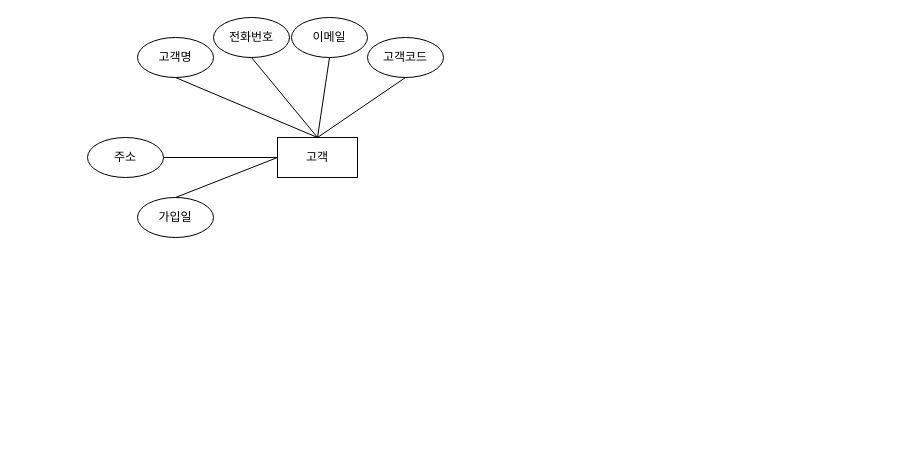
Before: product.drawio in LBH1226/databig, a draw.io diagram. Source tidied: cells renumbered, new cells numbered last; positions are measured from the earlier drawing's top-left corner, leaving out a move shared by most shapes. Both pictures are drawn from the tidied source at 100%, with x=0, y=0 at pixel (87, 17).
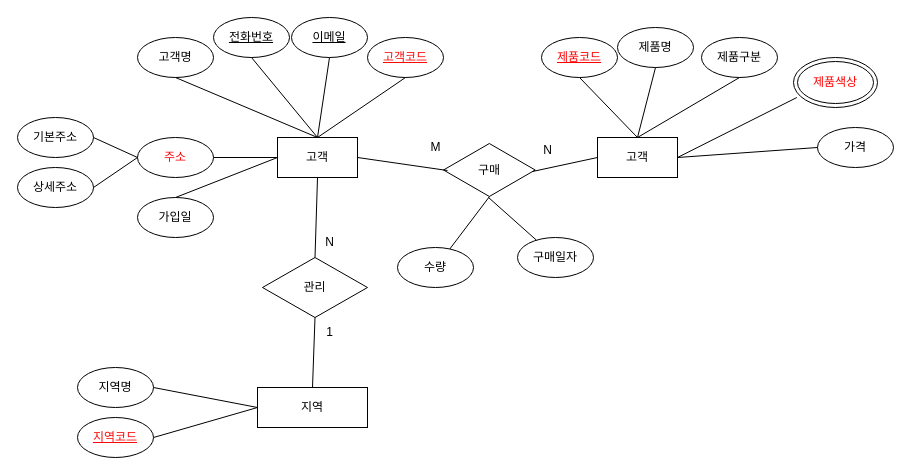
Above is the later version.

Diff of the diagram source:
```diff
@@
-    <mxCell id="2" value="고객" style="rounded=0;whiteSpace=wrap;html=1;" parent="1" vertex="1">
+    <mxCell id="2" value="고객" style="rounded=0;whiteSpace=wrap;html=1;strokeWidth=1;" parent="1" vertex="1">
       <mxGeometry x="190" y="120" width="80" height="40" as="geometry" />
     </mxCell>
-    <mxCell id="3" value="이메일" style="ellipse;whiteSpace=wrap;html=1;" parent="1" vertex="1">
+    <mxCell id="3" value="이메일" style="ellipse;whiteSpace=wrap;html=1;strokeWidth=1;fontStyle=4;" parent="1" vertex="1">
       <mxGeometry x="204" width="76" height="40" as="geometry" />
     </mxCell>
-    <mxCell id="4" style="endArrow=none;html=1;rounded=0;entryX=0.5;entryY=1;entryDx=0;entryDy=0;exitX=0.5;exitY=0;exitDx=0;exitDy=0;" parent="1" edge="1" source="2" target="3">
+    <mxCell id="4" style="endArrow=none;html=1;rounded=0;entryX=0.5;entryY=1;entryDx=0;entryDy=0;exitX=0.5;exitY=0;exitDx=0;exitDy=0;strokeWidth=1;" parent="1" edge="1" source="2" target="3">
       <mxGeometry relative="1" as="geometry" />
     </mxCell>
-    <mxCell id="5" value="고객코드" style="ellipse;whiteSpace=wrap;html=1;" parent="1" vertex="1">
+    <mxCell id="5" value="고객코드" style="ellipse;whiteSpace=wrap;html=1;strokeWidth=1;fontStyle=4;fontColor=#fb0909;" parent="1" vertex="1">
       <mxGeometry x="280" y="20" width="76" height="40" as="geometry" />
     </mxCell>
-    <mxCell id="6" style="endArrow=none;html=1;rounded=0;entryX=0.5;entryY=1;entryDx=0;entryDy=0;exitX=0.5;exitY=0;exitDx=0;exitDy=0;" parent="1" edge="1" source="2" target="5">
+    <mxCell id="6" style="endArrow=none;html=1;rounded=0;entryX=0.5;entryY=1;entryDx=0;entryDy=0;exitX=0.5;exitY=0;exitDx=0;exitDy=0;strokeWidth=1;" parent="1" edge="1" source="2" target="5">
       <mxGeometry relative="1" as="geometry" />
     </mxCell>
-    <mxCell id="7" value="주소" style="ellipse;whiteSpace=wrap;html=1;" parent="1" vertex="1">
-      <mxGeometry y="120" width="76" height="40" as="geometry" />
+    <mxCell id="7" value="주소" style="ellipse;whiteSpace=wrap;html=1;strokeWidth=1;fontColor=#fb0909;" parent="1" vertex="1">
+      <mxGeometry x="50" y="120" width="76" height="40" as="geometry" />
     </mxCell>
-    <mxCell id="8" style="endArrow=none;html=1;rounded=0;entryX=1;entryY=0.5;entryDx=0;entryDy=0;exitX=0;exitY=0.5;exitDx=0;exitDy=0;" parent="1" edge="1" source="2" target="7">
+    <mxCell id="8" style="endArrow=none;html=1;rounded=0;entryX=1;entryY=0.5;entryDx=0;entryDy=0;exitX=0;exitY=0.5;exitDx=0;exitDy=0;strokeWidth=1;" parent="1" edge="1" source="2" target="7">
       <mxGeometry relative="1" as="geometry" />
     </mxCell>
-    <mxCell id="9" value="가입일" style="ellipse;whiteSpace=wrap;html=1;" parent="1" vertex="1">
+    <mxCell id="9" value="가입일" style="ellipse;whiteSpace=wrap;html=1;strokeWidth=1;" parent="1" vertex="1">
       <mxGeometry x="50" y="180" width="76" height="40" as="geometry" />
     </mxCell>
-    <mxCell id="10" style="endArrow=none;html=1;rounded=0;entryX=0.5;entryY=0;entryDx=0;entryDy=0;exitX=0;exitY=0.5;exitDx=0;exitDy=0;" parent="1" edge="1" source="2" target="9">
+    <mxCell id="10" style="endArrow=none;html=1;rounded=0;entryX=0.5;entryY=0;entryDx=0;entryDy=0;exitX=0;exitY=0.5;exitDx=0;exitDy=0;strokeWidth=1;" parent="1" edge="1" source="2" target="9">
       <mxGeometry relative="1" as="geometry" />
     </mxCell>
-    <mxCell id="11" value="고객명" style="ellipse;whiteSpace=wrap;html=1;" parent="1" vertex="1">
+    <mxCell id="11" value="고객명" style="ellipse;whiteSpace=wrap;html=1;strokeWidth=1;" parent="1" vertex="1">
       <mxGeometry x="50" y="20" width="76" height="40" as="geometry" />
     </mxCell>
-    <mxCell id="12" style="endArrow=none;html=1;rounded=0;entryX=0.5;entryY=1;entryDx=0;entryDy=0;exitX=0.5;exitY=0;exitDx=0;exitDy=0;" parent="1" edge="1" source="2" target="11">
+    <mxCell id="12" style="endArrow=none;html=1;rounded=0;entryX=0.5;entryY=1;entryDx=0;entryDy=0;exitX=0.5;exitY=0;exitDx=0;exitDy=0;strokeWidth=1;" parent="1" edge="1" source="2" target="11">
       <mxGeometry relative="1" as="geometry" />
     </mxCell>
-    <mxCell id="13" value="전화번호" style="ellipse;whiteSpace=wrap;html=1;" parent="1" vertex="1">
+    <mxCell id="13" value="전화번호" style="ellipse;whiteSpace=wrap;html=1;strokeWidth=1;fontStyle=4;" parent="1" vertex="1">
       <mxGeometry x="126" width="76" height="40" as="geometry" />
     </mxCell>
-    <mxCell id="14" style="endArrow=none;html=1;rounded=0;entryX=0.5;entryY=1;entryDx=0;entryDy=0;exitX=0.5;exitY=0;exitDx=0;exitDy=0;" parent="1" edge="1" source="2" target="13">
+    <mxCell id="14" style="endArrow=none;html=1;rounded=0;entryX=0.5;entryY=1;entryDx=0;entryDy=0;exitX=0.5;exitY=0;exitDx=0;exitDy=0;strokeWidth=1;" parent="1" edge="1" source="2" target="13">
       <mxGeometry relative="1" as="geometry" />
     </mxCell>
+    <mxCell id="15" value="기본주소" style="ellipse;whiteSpace=wrap;html=1;strokeWidth=1;" parent="1" vertex="1">
+      <mxGeometry x="-70" y="100" width="76" height="40" as="geometry" />
+    </mxCell>
+    <mxCell id="16" style="endArrow=none;html=1;rounded=0;entryX=1;entryY=0.5;entryDx=0;entryDy=0;exitX=0;exitY=0.5;exitDx=0;exitDy=0;strokeWidth=1;" parent="1" edge="1" source="7" target="15">
+      <mxGeometry relative="1" as="geometry" />
+    </mxCell>
+    <mxCell id="17" value="상세주소" style="ellipse;whiteSpace=wrap;html=1;strokeWidth=1;" parent="1" vertex="1">
+      <mxGeometry x="-70" y="150" width="76" height="40" as="geometry" />
+    </mxCell>
+    <mxCell id="18" style="endArrow=none;html=1;rounded=0;entryX=1;entryY=0.5;entryDx=0;entryDy=0;exitX=0;exitY=0.5;exitDx=0;exitDy=0;strokeWidth=1;" parent="1" edge="1" source="7" target="17">
+      <mxGeometry relative="1" as="geometry" />
+    </mxCell>
+    <mxCell id="19" value="고객" style="rounded=0;whiteSpace=wrap;html=1;strokeWidth=1;" parent="1" vertex="1">
+      <mxGeometry x="510" y="120" width="80" height="40" as="geometry" />
+    </mxCell>
+    <mxCell id="20" value="제품구분" style="ellipse;whiteSpace=wrap;html=1;strokeWidth=1;" parent="1" vertex="1">
+      <mxGeometry x="614" y="20" width="76" height="40" as="geometry" />
+    </mxCell>
+    <mxCell id="21" style="endArrow=none;html=1;rounded=0;entryX=0.5;entryY=1;entryDx=0;entryDy=0;exitX=0.5;exitY=0;exitDx=0;exitDy=0;strokeWidth=1;" parent="1" edge="1" source="19" target="20">
+      <mxGeometry relative="1" as="geometry" />
+    </mxCell>
+    <mxCell id="22" style="endArrow=none;html=1;rounded=0;entryX=0.04;entryY=0.8;entryDx=0;entryDy=0;exitX=1;exitY=0.5;exitDx=0;exitDy=0;strokeWidth=1;entryPerimeter=0;" parent="1" edge="1" source="19" target="29">
+      <mxGeometry relative="1" as="geometry" />
+    </mxCell>
+    <mxCell id="23" value="가격" style="ellipse;whiteSpace=wrap;html=1;strokeWidth=1;" parent="1" vertex="1">
+      <mxGeometry x="730" y="110" width="76" height="40" as="geometry" />
+    </mxCell>
+    <mxCell id="24" style="endArrow=none;html=1;rounded=0;entryX=0;entryY=0.5;entryDx=0;entryDy=0;strokeWidth=1;" parent="1" edge="1" target="23">
+      <mxGeometry relative="1" as="geometry">
+        <mxPoint x="590" y="140" as="sourcePoint" />
+      </mxGeometry>
+    </mxCell>
+    <mxCell id="25" value="제품코드" style="ellipse;whiteSpace=wrap;html=1;strokeWidth=1;fontStyle=4;fontColor=#FF0000;" parent="1" vertex="1">
+      <mxGeometry x="454" y="20" width="76" height="40" as="geometry" />
+    </mxCell>
+    <mxCell id="26" style="endArrow=none;html=1;rounded=0;entryX=0.5;entryY=1;entryDx=0;entryDy=0;exitX=0.5;exitY=0;exitDx=0;exitDy=0;strokeWidth=1;" parent="1" edge="1" source="19" target="25">
+      <mxGeometry relative="1" as="geometry" />
+    </mxCell>
+    <mxCell id="27" value="제품명" style="ellipse;whiteSpace=wrap;html=1;strokeWidth=1;" parent="1" vertex="1">
+      <mxGeometry x="530" y="10" width="76" height="40" as="geometry" />
+    </mxCell>
+    <mxCell id="28" style="endArrow=none;html=1;rounded=0;entryX=0.5;entryY=1;entryDx=0;entryDy=0;exitX=0.5;exitY=0;exitDx=0;exitDy=0;strokeWidth=1;" parent="1" edge="1" source="19" target="27">
+      <mxGeometry relative="1" as="geometry" />
+    </mxCell>
+    <mxCell id="29" value="제품색상" style="ellipse;shape=doubleEllipse;whiteSpace=wrap;html=1;fontColor=#FF0000;" parent="1" vertex="1">
+      <mxGeometry x="706" y="40" width="84" height="50" as="geometry" />
+    </mxCell>
+    <mxCell id="30" value="구매" style="html=1;whiteSpace=wrap;shape=isoRectangle;" parent="1" vertex="1">
+      <mxGeometry x="356" y="125" width="91.7" height="55" as="geometry" />
+    </mxCell>
+    <mxCell id="31" style="endArrow=none;html=1;rounded=0;exitX=0.971;exitY=0.527;exitDx=0;exitDy=0;exitPerimeter=0;entryX=0;entryY=0.5;entryDx=0;entryDy=0;" parent="1" edge="1" source="30" target="19">
+      <mxGeometry relative="1" as="geometry" />
+    </mxCell>
+    <mxCell id="32" style="endArrow=none;html=1;rounded=0;exitX=1;exitY=0.5;exitDx=0;exitDy=0;" parent="1" edge="1" source="2">
+      <mxGeometry relative="1" as="geometry">
+        <mxPoint x="360" y="153" as="targetPoint" />
+      </mxGeometry>
+    </mxCell>
+    <mxCell id="33" value="구매일자" style="ellipse;whiteSpace=wrap;html=1;strokeWidth=1;" parent="1" vertex="1">
+      <mxGeometry x="430" y="220" width="76" height="40" as="geometry" />
+    </mxCell>
+    <mxCell id="34" value="수량" style="ellipse;whiteSpace=wrap;html=1;strokeWidth=1;" parent="1" vertex="1">
+      <mxGeometry x="310" y="230" width="76" height="40" as="geometry" />
+    </mxCell>
+    <mxCell id="35" style="endArrow=none;html=1;rounded=0;entryX=0.491;entryY=1;entryDx=0;entryDy=0;entryPerimeter=0;" parent="1" edge="1" source="33" target="30">
+      <mxGeometry relative="1" as="geometry" />
+    </mxCell>
+    <mxCell id="36" style="endArrow=none;html=1;rounded=0;entryX=0.502;entryY=0.982;entryDx=0;entryDy=0;entryPerimeter=0;" parent="1" edge="1" source="34" target="30">
+      <mxGeometry relative="1" as="geometry" />
+    </mxCell>
+    <mxCell id="37" style="endArrow=none;html=1;rounded=0;entryX=0.5;entryY=1;entryDx=0;entryDy=0;exitX=0.5;exitY=0;exitDx=0;exitDy=0;" parent="1" edge="1" source="38" target="2">
+      <mxGeometry relative="1" as="geometry" />
+    </mxCell>
+    <mxCell id="38" value="관리" style="rhombus;whiteSpace=wrap;html=1;" parent="1" vertex="1">
+      <mxGeometry x="175" y="240" width="105" height="60" as="geometry" />
+    </mxCell>
+    <mxCell id="39" style="endArrow=none;html=1;rounded=0;entryX=0.5;entryY=1;entryDx=0;entryDy=0;exitX=0.5;exitY=0;exitDx=0;exitDy=0;" parent="1" edge="1" source="40" target="38">
+      <mxGeometry relative="1" as="geometry" />
+    </mxCell>
+    <mxCell id="40" value="지역" style="rounded=0;whiteSpace=wrap;html=1;" parent="1" vertex="1">
+      <mxGeometry x="170" y="370" width="110" height="40" as="geometry" />
+    </mxCell>
+    <mxCell id="41" value="지역명" style="ellipse;whiteSpace=wrap;html=1;strokeWidth=1;" parent="1" vertex="1">
+      <mxGeometry x="-10" y="350" width="76" height="40" as="geometry" />
+    </mxCell>
+    <mxCell id="42" style="endArrow=none;html=1;rounded=0;entryX=1;entryY=0.5;entryDx=0;entryDy=0;strokeWidth=1;" parent="1" edge="1" target="41">
+      <mxGeometry relative="1" as="geometry">
+        <mxPoint x="170" y="390" as="sourcePoint" />
+      </mxGeometry>
+    </mxCell>
+    <mxCell id="43" value="지역코드" style="ellipse;whiteSpace=wrap;html=1;strokeWidth=1;fontStyle=4;fontColor=#fb0909;" parent="1" vertex="1">
+      <mxGeometry x="-10" y="400" width="76" height="40" as="geometry" />
+    </mxCell>
+    <mxCell id="44" style="endArrow=none;html=1;rounded=0;exitX=0;exitY=0.5;exitDx=0;exitDy=0;strokeWidth=1;entryX=1;entryY=0.5;entryDx=0;entryDy=0;" parent="1" edge="1" source="40" target="43">
+      <mxGeometry relative="1" as="geometry" />
+    </mxCell>
+    <mxCell id="45" value="N" style="text;html=1;align=center;verticalAlign=middle;strokeColor=none;fillColor=none;" parent="1" vertex="1">
+      <mxGeometry x="227" y="210" width="30" height="30" as="geometry" />
+    </mxCell>
+    <mxCell id="46" value="1" style="text;html=1;align=center;verticalAlign=middle;strokeColor=none;fillColor=none;" parent="1" vertex="1">
+      <mxGeometry x="227" y="300" width="30" height="30" as="geometry" />
+    </mxCell>
+    <mxCell id="47" value="M" style="text;html=1;align=center;verticalAlign=middle;strokeColor=none;fillColor=none;" parent="1" vertex="1">
+      <mxGeometry x="333" y="115" width="30" height="30" as="geometry" />
+    </mxCell>
+    <mxCell id="48" value="N" style="text;html=1;align=center;verticalAlign=middle;strokeColor=none;fillColor=none;" parent="1" vertex="1">
+      <mxGeometry x="445" y="118" width="30" height="30" as="geometry" />
+    </mxCell>
```
